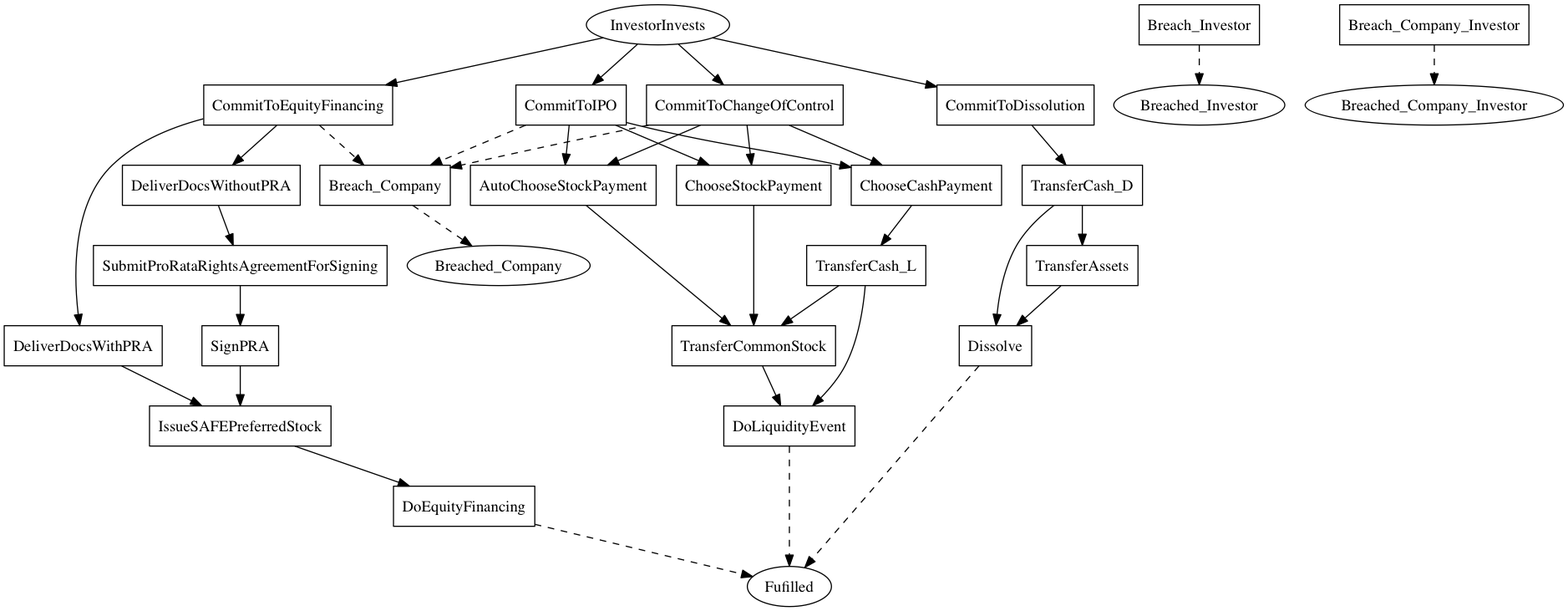
Marcao02/complaw-deeptech keeps this Graphviz diagram as linear_state_machine_language/pyL4/examples/out_graphviz/serious/SAFE_mfn.png. Above is the earlier version. Its source is kept beside it as linear_state_machine_language/pyL4/examples/out_graphviz/serious/SAFE_mfn.dot.
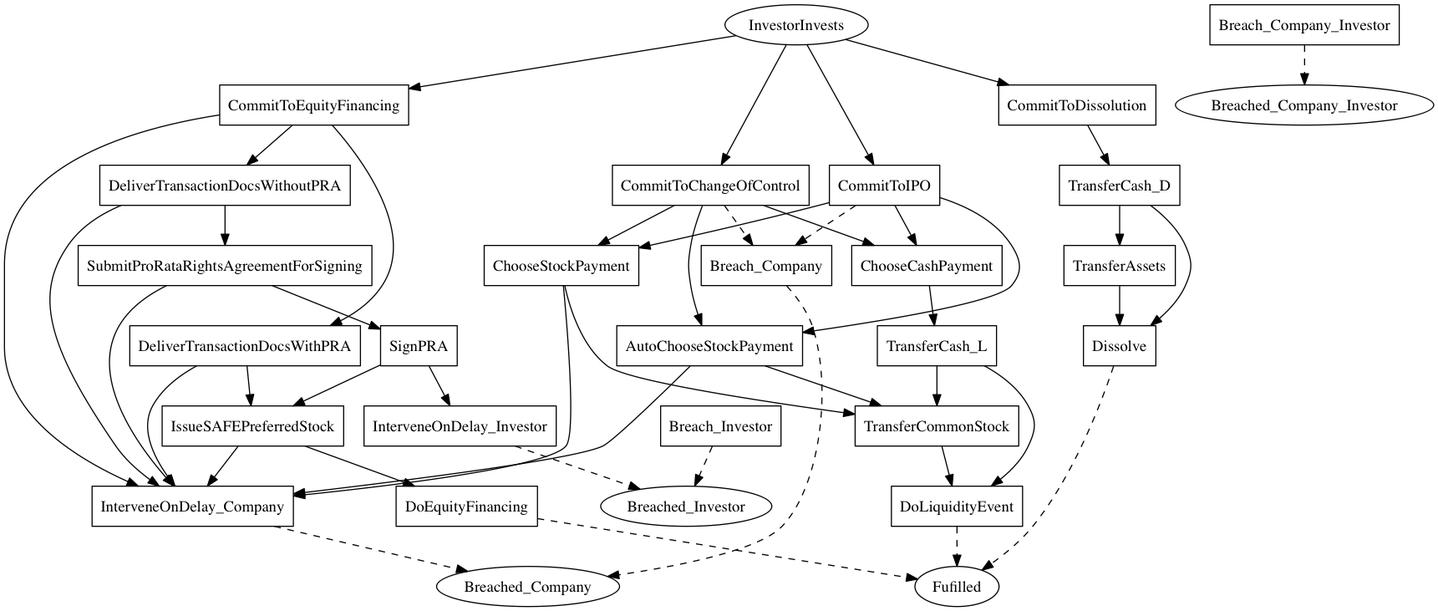
The same diagram one commit later.

Change to the diagram source:
```diff
@@ -8,8 +8,8 @@
 
 
     CommitToEquityFinancing[label=CommitToEquityFinancing,shape=box];
-	DeliverDocsWithPRA[label=DeliverDocsWithPRA,shape=box];
-	DeliverDocsWithoutPRA[label=DeliverDocsWithoutPRA,shape=box];
+	DeliverTransactionDocsWithPRA[label=DeliverTransactionDocsWithPRA,shape=box];
+	DeliverTransactionDocsWithoutPRA[label=DeliverTransactionDocsWithoutPRA,shape=box];
 	SubmitProRataRightsAgreementForSigning[label=SubmitProRataRightsAgreementForSigning,shape=box];
 	SignPRA[label=SignPRA,shape=box];
 	IssueSAFEPreferredStock[label=IssueSAFEPreferredStock,shape=box];
@@ -28,7 +28,9 @@
 	Dissolve[label=Dissolve,shape=box];
 	Breach_Investor[label=Breach_Investor,shape=box];
 	Breach_Company[label=Breach_Company,shape=box];
-	Breach_Company_Investor[label=Breach_Company_Investor,shape=box]
+	Breach_Company_Investor[label=Breach_Company_Investor,shape=box];
+	InterveneOnDelay_Investor[label=InterveneOnDelay_Investor,shape=box];
+	InterveneOnDelay_Company[label=InterveneOnDelay_Company,shape=box]
 
 
 
@@ -36,14 +38,19 @@
 	InvestorInvests -> CommitToIPO;
 	InvestorInvests -> CommitToChangeOfControl;
 	InvestorInvests -> CommitToDissolution;
-	CommitToEquityFinancing -> DeliverDocsWithPRA;
-	CommitToEquityFinancing -> DeliverDocsWithoutPRA;
-	CommitToEquityFinancing -> Breach_Company [style=dashed];
-	DeliverDocsWithPRA -> IssueSAFEPreferredStock;
-	DeliverDocsWithoutPRA -> SubmitProRataRightsAgreementForSigning;
+	CommitToEquityFinancing -> DeliverTransactionDocsWithPRA;
+	CommitToEquityFinancing -> DeliverTransactionDocsWithoutPRA;
+	CommitToEquityFinancing -> InterveneOnDelay_Company;
+	DeliverTransactionDocsWithPRA -> IssueSAFEPreferredStock;
+	DeliverTransactionDocsWithPRA -> InterveneOnDelay_Company;
+	DeliverTransactionDocsWithoutPRA -> SubmitProRataRightsAgreementForSigning;
+	DeliverTransactionDocsWithoutPRA -> InterveneOnDelay_Company;
 	SubmitProRataRightsAgreementForSigning -> SignPRA;
+	SubmitProRataRightsAgreementForSigning -> InterveneOnDelay_Company;
 	SignPRA -> IssueSAFEPreferredStock;
+	SignPRA -> InterveneOnDelay_Investor;
 	IssueSAFEPreferredStock -> DoEquityFinancing;
+	IssueSAFEPreferredStock -> InterveneOnDelay_Company;
 	CommitToIPO -> ChooseCashPayment;
 	CommitToIPO -> ChooseStockPayment;
 	CommitToIPO -> AutoChooseStockPayment;
@@ -53,7 +60,9 @@
 	CommitToChangeOfControl -> AutoChooseStockPayment;
 	CommitToChangeOfControl -> Breach_Company [style=dashed];
 	AutoChooseStockPayment -> TransferCommonStock;
+	AutoChooseStockPayment -> InterveneOnDelay_Company;
 	ChooseStockPayment -> TransferCommonStock;
+	ChooseStockPayment -> InterveneOnDelay_Company;
 	TransferCommonStock -> DoLiquidityEvent;
 	ChooseCashPayment -> TransferCash_L;
 	TransferCash_L -> TransferCommonStock;
@@ -69,6 +78,8 @@
 	Breach_Investor -> Breached_Investor [style=dashed];
 	Breach_Company -> Breached_Company [style=dashed];
 	Breach_Company_Investor -> Breached_Company_Investor [style=dashed];
+	InterveneOnDelay_Investor -> Breached_Investor [style=dashed];
+	InterveneOnDelay_Company -> Breached_Company [style=dashed];
 
 
 
```
